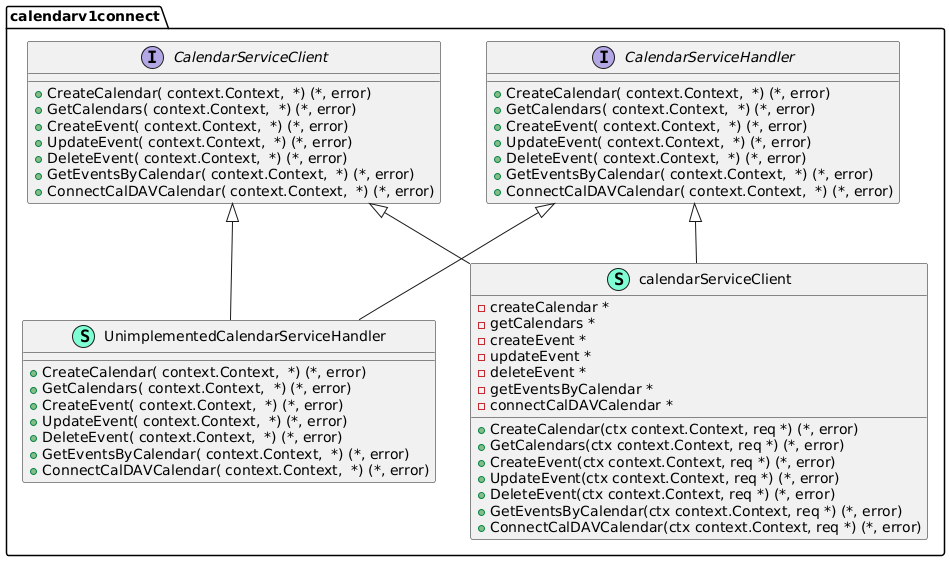
Before: docs/gp1/images/docs/diagrams/class/class-diagram/calendarv1.png, a diagram exported from PlantUML (jadwalapp/symmetrical-spoon).
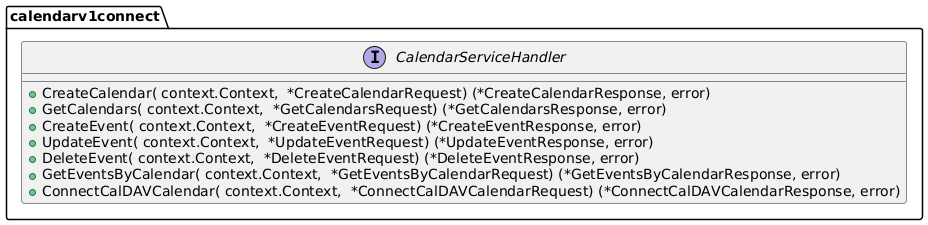
After the commit.

Commit message:
make class diagram better

What changed in the source:
```diff
@@ -1,57 +1,13 @@
 @startuml
 namespace calendarv1connect {
-    interface CalendarServiceClient  {
-        + CreateCalendar( context.Context,  *) (*, error)
-        + GetCalendars( context.Context,  *) (*, error)
-        + CreateEvent( context.Context,  *) (*, error)
-        + UpdateEvent( context.Context,  *) (*, error)
-        + DeleteEvent( context.Context,  *) (*, error)
-        + GetEventsByCalendar( context.Context,  *) (*, error)
-        + ConnectCalDAVCalendar( context.Context,  *) (*, error)
-
-    }
     interface CalendarServiceHandler  {
-        + CreateCalendar( context.Context,  *) (*, error)
-        + GetCalendars( context.Context,  *) (*, error)
-        + CreateEvent( context.Context,  *) (*, error)
-        + UpdateEvent( context.Context,  *) (*, error)
-        + DeleteEvent( context.Context,  *) (*, error)
-        + GetEventsByCalendar( context.Context,  *) (*, error)
-        + ConnectCalDAVCalendar( context.Context,  *) (*, error)
-
-    }
-    class UnimplementedCalendarServiceHandler << (S,Aquamarine) >> {
-        + CreateCalendar( context.Context,  *) (*, error)
-        + GetCalendars( context.Context,  *) (*, error)
-        + CreateEvent( context.Context,  *) (*, error)
-        + UpdateEvent( context.Context,  *) (*, error)
-        + DeleteEvent( context.Context,  *) (*, error)
-        + GetEventsByCalendar( context.Context,  *) (*, error)
-        + ConnectCalDAVCalendar( context.Context,  *) (*, error)
-
-    }
-    class calendarServiceClient << (S,Aquamarine) >> {
-        - createCalendar *
-        - getCalendars *
-        - createEvent *
-        - updateEvent *
-        - deleteEvent *
-        - getEventsByCalendar *
-        - connectCalDAVCalendar *
-
-        + CreateCalendar(ctx context.Context, req *) (*, error)
-        + GetCalendars(ctx context.Context, req *) (*, error)
-        + CreateEvent(ctx context.Context, req *) (*, error)
-        + UpdateEvent(ctx context.Context, req *) (*, error)
-        + DeleteEvent(ctx context.Context, req *) (*, error)
-        + GetEventsByCalendar(ctx context.Context, req *) (*, error)
-        + ConnectCalDAVCalendar(ctx context.Context, req *) (*, error)
-
+        + CreateCalendar( context.Context,  *CreateCalendarRequest) (*CreateCalendarResponse, error)
+        + GetCalendars( context.Context,  *GetCalendarsRequest) (*GetCalendarsResponse, error)
+        + CreateEvent( context.Context,  *CreateEventRequest) (*CreateEventResponse, error)
+        + UpdateEvent( context.Context,  *UpdateEventRequest) (*UpdateEventResponse, error)
+        + DeleteEvent( context.Context,  *DeleteEventRequest) (*DeleteEventResponse, error)
+        + GetEventsByCalendar( context.Context,  *GetEventsByCalendarRequest) (*GetEventsByCalendarResponse, error)
+        + ConnectCalDAVCalendar( context.Context,  *ConnectCalDAVCalendarRequest) (*ConnectCalDAVCalendarResponse, error)
     }
 }
-
-"calendarv1connect.CalendarServiceClient" <|-- "calendarv1connect.UnimplementedCalendarServiceHandler"
-"calendarv1connect.CalendarServiceHandler" <|-- "calendarv1connect.UnimplementedCalendarServiceHandler"
-"calendarv1connect.CalendarServiceClient" <|-- "calendarv1connect.calendarServiceClient"
-"calendarv1connect.CalendarServiceHandler" <|-- "calendarv1connect.calendarServiceClient"
 @enduml
```
